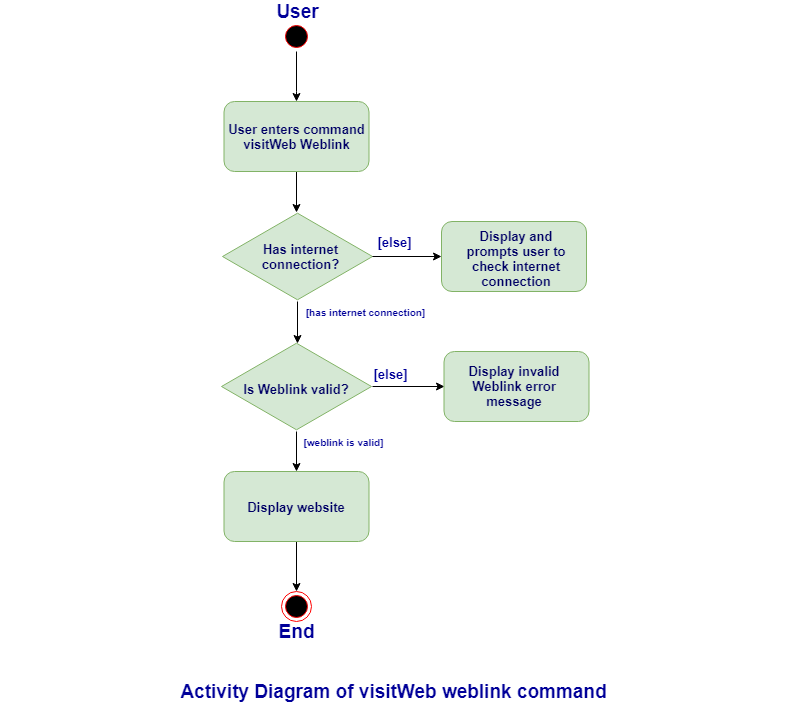
This is images/VisitWebUrlActivityDiagram.png from CS2103-AY1819S2-W17-1/main, a draw.io export, as it was before one commit. Source tidied: cells renumbered, new cells last; positions are measured from the earlier drawing's top-left corner, leaving out a move shared by most shapes.
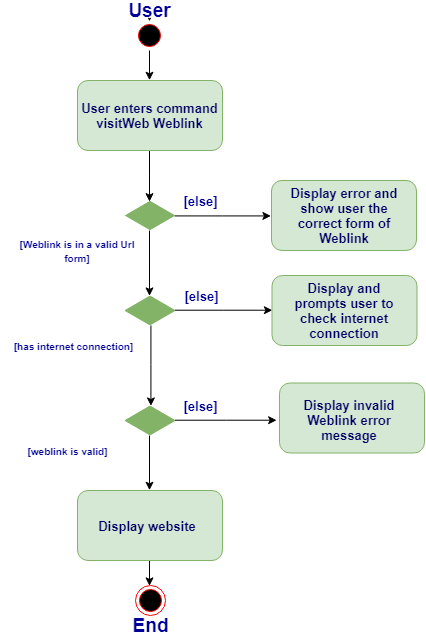
The same file after the commit.

What changed in the source:
```diff
@@ -2,99 +2,111 @@
   <root>
     <mxCell id="0" />
     <mxCell id="1" parent="0" />
-    <mxCell id="2" style="edgeStyle=orthogonalEdgeStyle;rounded=0;jettySize=auto;html=1;entryX=0.5;entryY=0;entryDx=0;entryDy=0;fontSize=13;fontColor=#000066;" parent="1" edge="1" source="3" target="16">
-      <mxGeometry relative="1" as="geometry" />
-    </mxCell>
-    <mxCell id="3" style="html=1;whiteSpace=wrap;shape=isoRectangle;fontSize=13;fillColor=#d5e8d4;strokeColor=#82b366;" parent="1" vertex="1">
-      <mxGeometry x="220" y="340" width="150" height="90" as="geometry" />
-    </mxCell>
-    <mxCell id="4" style="edgeStyle=orthogonalEdgeStyle;rounded=0;jettySize=auto;html=1;entryX=0.506;entryY=0.019;entryDx=0;entryDy=0;entryPerimeter=0;fontSize=13;fontColor=#000066;" parent="1" edge="1" source="5" target="3">
-      <mxGeometry relative="1" as="geometry" />
-    </mxCell>
+    <mxCell id="31" style="edgeStyle=orthogonalEdgeStyle;rounded=0;jettySize=auto;html=1;entryX=0;entryY=0.5;entryDx=0;entryDy=0;" parent="1" edge="1" source="5" target="18">
+      <mxGeometry relative="1" as="geometry" />
+    </mxCell>
+    <mxCell id="32" style="edgeStyle=orthogonalEdgeStyle;rounded=0;jettySize=auto;html=1;entryX=0.505;entryY=0.011;entryDx=0;entryDy=0;entryPerimeter=0;" parent="1" edge="1" source="5" target="37">
+      <mxGeometry relative="1" as="geometry">
+        <Array as="points">
+          <mxPoint x="298" y="384.5" />
+        </Array>
+      </mxGeometry>
+    </mxCell>
-    <mxCell id="5" style="html=1;whiteSpace=wrap;shape=isoRectangle;fontSize=13;fillColor=#d5e8d4;strokeColor=#82b366;" parent="1" vertex="1">
-      <mxGeometry x="221" y="210" width="150" height="90" as="geometry" />
+    <mxCell id="5" style="html=1;whiteSpace=wrap;shape=isoRectangle;fontSize=13;fillColor=#82B366;strokeColor=#82b366;" parent="1" vertex="1">
+      <mxGeometry x="272.5" y="315" width="50" height="30" as="geometry" />
     </mxCell>
+    <mxCell id="33" style="edgeStyle=orthogonalEdgeStyle;rounded=0;orthogonalLoop=1;jettySize=auto;html=1;" parent="1" edge="1">
+      <mxGeometry relative="1" as="geometry">
+        <mxPoint x="297" y="70" as="sourcePoint" />
+        <mxPoint x="297" y="100" as="targetPoint" />
+      </mxGeometry>
+    </mxCell>
     <mxCell id="6" style="ellipse;html=1;shape=startState;fillColor=#000000;strokeColor=#ff0000;rounded=1;shadow=0;comic=0;labelBackgroundColor=none;fontFamily=Verdana;fontSize=12;fontColor=#000000;align=center;direction=south;" parent="1" vertex="1">
-      <mxGeometry x="280" y="20" width="30" height="30" as="geometry" />
+      <mxGeometry x="282" y="40" width="30" height="30" as="geometry" />
     </mxCell>
-    <mxCell id="7" style="edgeStyle=orthogonalEdgeStyle;rounded=0;jettySize=auto;html=1;exitX=0.5;exitY=1;exitDx=0;exitDy=0;fontSize=13;fontColor=#000066;" parent="1" edge="1" source="8">
-      <mxGeometry relative="1" as="geometry">
-        <mxPoint x="295" y="211" as="targetPoint" />
-      </mxGeometry>
-    </mxCell>
+    <mxCell id="34" style="edgeStyle=orthogonalEdgeStyle;rounded=0;jettySize=auto;html=1;entryX=0.5;entryY=0.02;entryDx=0;entryDy=0;entryPerimeter=0;" parent="1" edge="1" source="8" target="40">
+      <mxGeometry relative="1" as="geometry" />
+    </mxCell>
     <mxCell id="8" style="rounded=1;whiteSpace=wrap;html=1;fillColor=#d5e8d4;strokeColor=#82b366;" parent="1" vertex="1">
-      <mxGeometry x="222.5" y="100" width="145" height="70" as="geometry" />
+      <mxGeometry x="225" y="100" width="145" height="70" as="geometry" />
     </mxCell>
     <mxCell id="9" value="&lt;font style=&quot;font-size: 13px&quot;&gt;&lt;b&gt;User enters command visitWeb Weblink&lt;/b&gt;&lt;/font&gt;" style="text;html=1;strokeColor=none;fillColor=none;align=center;verticalAlign=middle;whiteSpace=wrap;rounded=0;fontSize=13;fontColor=#000066;" parent="1" vertex="1">
-      <mxGeometry x="217.5" y="125" width="155" height="20" as="geometry" />
+      <mxGeometry x="220" y="125" width="155" height="20" as="geometry" />
     </mxCell>
     <mxCell id="10" value="&lt;b&gt;&lt;font style=&quot;font-size: 19px&quot;&gt;User&lt;/font&gt;&lt;/b&gt;" style="text;html=1;strokeColor=none;fillColor=none;align=center;verticalAlign=middle;whiteSpace=wrap;rounded=0;fontColor=#000099;" parent="1" vertex="1">
-      <mxGeometry x="276" width="40" height="20" as="geometry" />
+      <mxGeometry x="277" y="20" width="40" height="20" as="geometry" />
     </mxCell>
-    <mxCell id="11" style="edgeStyle=orthogonalEdgeStyle;rounded=0;jettySize=auto;html=1;fontSize=13;fontColor=#000066;entryX=0;entryY=0.5;entryDx=0;entryDy=0;" parent="1" edge="1" source="12" target="18">
-      <mxGeometry relative="1" as="geometry" />
-    </mxCell>
-    <mxCell id="12" value="&lt;b&gt;Has internet connection?&lt;/b&gt;" style="text;html=1;strokeColor=none;fillColor=none;align=center;verticalAlign=middle;whiteSpace=wrap;rounded=0;fontSize=13;fontColor=#000066;" parent="1" vertex="1">
-      <mxGeometry x="228" y="245" width="143" height="20" as="geometry" />
-    </mxCell>
-    <mxCell id="13" style="edgeStyle=orthogonalEdgeStyle;rounded=0;jettySize=auto;html=1;entryX=0;entryY=0.5;entryDx=0;entryDy=0;fontSize=13;fontColor=#000066;exitX=1.005;exitY=0.502;exitDx=0;exitDy=0;exitPerimeter=0;" parent="1" edge="1" source="3" target="20">
-      <mxGeometry relative="1" as="geometry" />
-    </mxCell>
-    <mxCell id="14" value="&lt;b&gt;Is Weblink valid?&lt;/b&gt;" style="text;html=1;strokeColor=none;fillColor=none;align=center;verticalAlign=middle;whiteSpace=wrap;rounded=0;fontSize=13;fontColor=#000066;" parent="1" vertex="1">
-      <mxGeometry x="223.5" y="377.5" width="143" height="20" as="geometry" />
-    </mxCell>
-    <mxCell id="15" style="edgeStyle=orthogonalEdgeStyle;rounded=0;jettySize=auto;html=1;entryX=0.5;entryY=0;entryDx=0;entryDy=0;fontSize=13;fontColor=#000066;" parent="1" edge="1" source="16" target="26">
+    <mxCell id="15" style="edgeStyle=orthogonalEdgeStyle;rounded=0;jettySize=auto;html=1;entryX=0.5;entryY=0;entryDx=0;entryDy=0;" parent="1" edge="1" source="16" target="26">
       <mxGeometry relative="1" as="geometry" />
     </mxCell>
     <mxCell id="16" style="rounded=1;whiteSpace=wrap;html=1;fillColor=#d5e8d4;strokeColor=#82b366;" parent="1" vertex="1">
-      <mxGeometry x="222.5" y="470" width="145" height="70" as="geometry" />
+      <mxGeometry x="225" y="510" width="145" height="70" as="geometry" />
     </mxCell>
     <mxCell id="17" value="&lt;b&gt;Display website&lt;/b&gt;" style="text;html=1;strokeColor=none;fillColor=none;align=center;verticalAlign=middle;whiteSpace=wrap;rounded=0;fontSize=13;fontColor=#000066;" parent="1" vertex="1">
-      <mxGeometry x="223.5" y="495" width="143" height="20" as="geometry" />
+      <mxGeometry x="223.5" y="535" width="143" height="20" as="geometry" />
     </mxCell>
     <mxCell id="18" style="rounded=1;whiteSpace=wrap;html=1;fillColor=#d5e8d4;strokeColor=#82b366;" parent="1" vertex="1">
-      <mxGeometry x="440" y="220" width="145" height="70" as="geometry" />
+      <mxGeometry x="419.5" y="295" width="145" height="70" as="geometry" />
     </mxCell>
     <mxCell id="19" value="&lt;b&gt;Display and prompts user to check internet connection&lt;/b&gt;" style="text;html=1;strokeColor=none;fillColor=none;align=center;verticalAlign=middle;whiteSpace=wrap;rounded=0;fontSize=13;fontColor=#000066;" parent="1" vertex="1">
-      <mxGeometry x="450" y="245" width="130" height="25" as="geometry" />
+      <mxGeometry x="427" y="317.5" width="130" height="25" as="geometry" />
     </mxCell>
     <mxCell id="20" style="rounded=1;whiteSpace=wrap;html=1;fillColor=#d5e8d4;strokeColor=#82b366;" parent="1" vertex="1">
-      <mxGeometry x="442.5" y="350" width="145" height="70" as="geometry" />
+      <mxGeometry x="427" y="402.5" width="145" height="70" as="geometry" />
     </mxCell>
     <mxCell id="21" value="&lt;b&gt;Display invalid Weblink error message&lt;/b&gt;" style="text;html=1;strokeColor=none;fillColor=none;align=center;verticalAlign=middle;whiteSpace=wrap;rounded=0;fontSize=13;fontColor=#000066;" parent="1" vertex="1">
-      <mxGeometry x="447.5" y="372.5" width="130" height="25" as="geometry" />
+      <mxGeometry x="432" y="427.5" width="130" height="25" as="geometry" />
     </mxCell>
     <mxCell id="22" value="&lt;b&gt;&lt;font style=&quot;font-size: 13px&quot;&gt;[else]&lt;/font&gt;&lt;/b&gt;" style="text;html=1;strokeColor=none;fillColor=none;align=center;verticalAlign=middle;whiteSpace=wrap;rounded=0;fontColor=#000099;" parent="1" vertex="1">
-      <mxGeometry x="372.5" y="230" width="40" height="20" as="geometry" />
+      <mxGeometry x="328.5" y="305" width="40" height="20" as="geometry" />
     </mxCell>
     <mxCell id="23" value="&lt;b&gt;&lt;font style=&quot;font-size: 13px&quot;&gt;[else]&lt;/font&gt;&lt;/b&gt;" style="text;html=1;strokeColor=none;fillColor=none;align=center;verticalAlign=middle;whiteSpace=wrap;rounded=0;fontColor=#000099;" parent="1" vertex="1">
-      <mxGeometry x="368.5" y="362.5" width="40" height="20" as="geometry" />
+      <mxGeometry x="328" y="415" width="40" height="20" as="geometry" />
     </mxCell>
     <mxCell id="24" value="&lt;b&gt;&lt;font style=&quot;font-size: 10px&quot;&gt;[has internet connection]&lt;/font&gt;&lt;/b&gt;" style="text;html=1;strokeColor=none;fillColor=none;align=center;verticalAlign=middle;whiteSpace=wrap;rounded=0;fontColor=#000099;" parent="1" vertex="1">
-      <mxGeometry x="296" y="300" width="134" height="20" as="geometry" />
+      <mxGeometry x="153" y="354.5" width="134" height="20" as="geometry" />
     </mxCell>
     <mxCell id="25" style="edgeStyle=orthogonalEdgeStyle;rounded=0;orthogonalLoop=1;jettySize=auto;html=1;exitX=0.5;exitY=1;exitDx=0;exitDy=0;fontSize=13;fontColor=#000066;" parent="1" edge="1" source="10" target="10">
       <mxGeometry relative="1" as="geometry" />
     </mxCell>
     <mxCell id="26" style="ellipse;html=1;shape=endState;fillColor=#000000;strokeColor=#ff0000;fontSize=13;fontColor=#000066;" parent="1" vertex="1">
-      <mxGeometry x="280" y="590" width="30" height="30" as="geometry" />
+      <mxGeometry x="282.5" y="605" width="30" height="30" as="geometry" />
     </mxCell>
     <mxCell id="27" value="&lt;b&gt;&lt;font style=&quot;font-size: 19px&quot;&gt;End&lt;br&gt;&lt;/font&gt;&lt;/b&gt;" style="text;html=1;strokeColor=none;fillColor=none;align=center;verticalAlign=middle;whiteSpace=wrap;rounded=0;fontColor=#000099;" parent="1" vertex="1">
-      <mxGeometry x="275" y="620" width="40" height="20" as="geometry" />
+      <mxGeometry x="277.5" y="635" width="40" height="20" as="geometry" />
     </mxCell>
-    <mxCell id="28" value="&lt;div style=&quot;text-align: left&quot;&gt;&lt;b&gt;&lt;font style=&quot;font-size: 19px&quot;&gt;Activity Diagram of visitWeb weblink command&lt;/font&gt;&lt;/b&gt;&lt;/div&gt;" style="text;html=1;strokeColor=none;fillColor=none;align=center;verticalAlign=middle;whiteSpace=wrap;rounded=0;fontColor=#000099;" parent="1" vertex="1">
-      <mxGeometry y="680" width="783" height="20" as="geometry" />
-    </mxCell>
-    <mxCell id="29" style="edgeStyle=orthogonalEdgeStyle;rounded=0;jettySize=auto;html=1;exitX=1;exitY=0.5;exitDx=0;exitDy=0;fontSize=13;fontColor=#000066;entryX=0.5;entryY=0;entryDx=0;entryDy=0;" parent="1" edge="1" source="6" target="8">
-      <mxGeometry relative="1" as="geometry">
-        <Array as="points">
-          <mxPoint x="295" y="90" />
-          <mxPoint x="295" y="90" />
-        </Array>
-      </mxGeometry>
-    </mxCell>
     <mxCell id="30" value="&lt;b&gt;&lt;font style=&quot;font-size: 10px&quot;&gt;[weblink is valid]&lt;/font&gt;&lt;/b&gt;" style="text;html=1;strokeColor=none;fillColor=none;align=center;verticalAlign=middle;whiteSpace=wrap;rounded=0;fontColor=#000099;" parent="1" vertex="1">
-      <mxGeometry x="275" y="430" width="134" height="20" as="geometry" />
+      <mxGeometry x="148" y="460" width="134" height="20" as="geometry" />
     </mxCell>
+    <mxCell id="35" style="edgeStyle=orthogonalEdgeStyle;rounded=0;jettySize=auto;html=1;entryX=-0.017;entryY=0.536;entryDx=0;entryDy=0;entryPerimeter=0;" parent="1" edge="1" source="37" target="20">
+      <mxGeometry relative="1" as="geometry" />
+    </mxCell>
+    <mxCell id="36" style="edgeStyle=orthogonalEdgeStyle;rounded=0;jettySize=auto;html=1;entryX=0.5;entryY=0;entryDx=0;entryDy=0;" parent="1" edge="1" source="37" target="16">
+      <mxGeometry relative="1" as="geometry" />
+    </mxCell>
+    <mxCell id="37" style="html=1;whiteSpace=wrap;shape=isoRectangle;fontSize=13;fillColor=#82B366;strokeColor=#82b366;" parent="1" vertex="1">
+      <mxGeometry x="272.5" y="425" width="50" height="30" as="geometry" />
+    </mxCell>
+    <mxCell id="38" style="edgeStyle=orthogonalEdgeStyle;rounded=0;jettySize=auto;html=1;entryX=0;entryY=0.5;entryDx=0;entryDy=0;" parent="1" edge="1" source="40" target="41">
+      <mxGeometry relative="1" as="geometry" />
+    </mxCell>
+    <mxCell id="39" style="edgeStyle=orthogonalEdgeStyle;rounded=0;jettySize=auto;html=1;entryX=0.499;entryY=-0.002;entryDx=0;entryDy=0;entryPerimeter=0;" parent="1" edge="1" source="40" target="5">
+      <mxGeometry relative="1" as="geometry" />
+    </mxCell>
+    <mxCell id="40" style="html=1;whiteSpace=wrap;shape=isoRectangle;fontSize=13;fillColor=#82B366;strokeColor=#82b366;" parent="1" vertex="1">
+      <mxGeometry x="273" y="220" width="49" height="30" as="geometry" />
+    </mxCell>
+    <mxCell id="41" style="rounded=1;whiteSpace=wrap;html=1;fillColor=#d5e8d4;strokeColor=#82b366;" parent="1" vertex="1">
+      <mxGeometry x="419" y="200" width="145" height="70" as="geometry" />
+    </mxCell>
+    <mxCell id="42" value="&lt;b&gt;Display error and show user the correct form of Weblink&lt;/b&gt;" style="text;html=1;strokeColor=none;fillColor=none;align=center;verticalAlign=middle;whiteSpace=wrap;rounded=0;fontSize=13;fontColor=#000066;" parent="1" vertex="1">
+      <mxGeometry x="426.5" y="222.5" width="130" height="25" as="geometry" />
+    </mxCell>
+    <mxCell id="43" value="&lt;b&gt;&lt;font style=&quot;font-size: 13px&quot;&gt;[else]&lt;/font&gt;&lt;/b&gt;" style="text;html=1;strokeColor=none;fillColor=none;align=center;verticalAlign=middle;whiteSpace=wrap;rounded=0;fontColor=#000099;" parent="1" vertex="1">
+      <mxGeometry x="328" y="210" width="40" height="20" as="geometry" />
+    </mxCell>
+    <mxCell id="44" value="&lt;b&gt;&lt;font style=&quot;font-size: 10px&quot;&gt;[Weblink is in a valid Url form]&lt;/font&gt;&lt;/b&gt;" style="text;html=1;strokeColor=none;fillColor=none;align=center;verticalAlign=middle;whiteSpace=wrap;rounded=0;fontColor=#000099;" parent="1" vertex="1">
+      <mxGeometry x="158" y="260" width="134" height="20" as="geometry" />
+    </mxCell>
   </root>
 </mxGraphModel>
```
